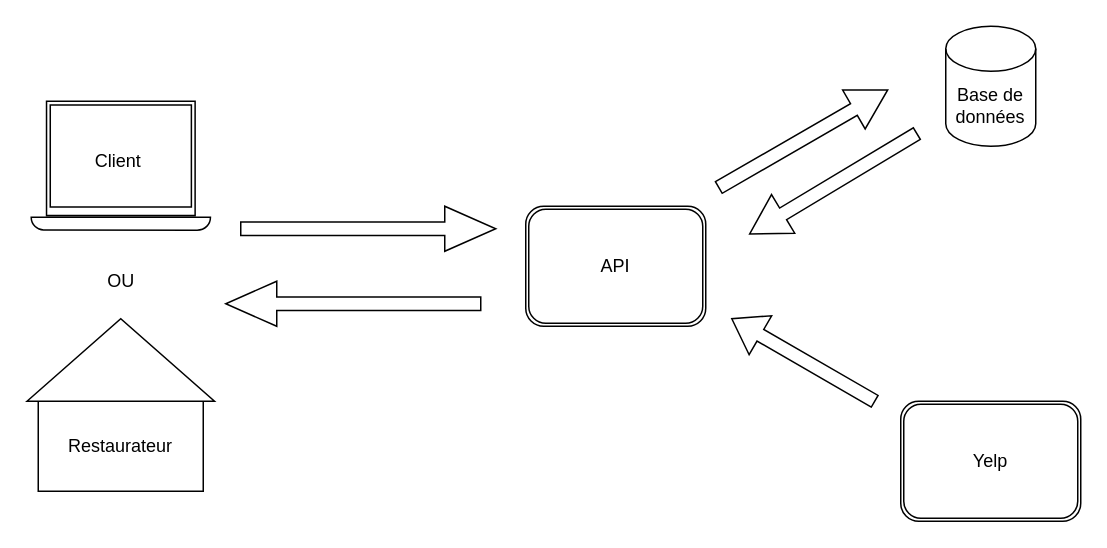
Above: diagrammes/diagramme_architecture.drawio in TheAIWizard/Ensaeats (draw.io), before the change. Source tidied: cells renumbered, new cells numbered last; positions are measured from the earlier drawing's top-left corner, leaving out a move shared by most shapes. Both pictures are drawn from the tidied source at 150%, with x=0, y=0 at pixel (30, 26).
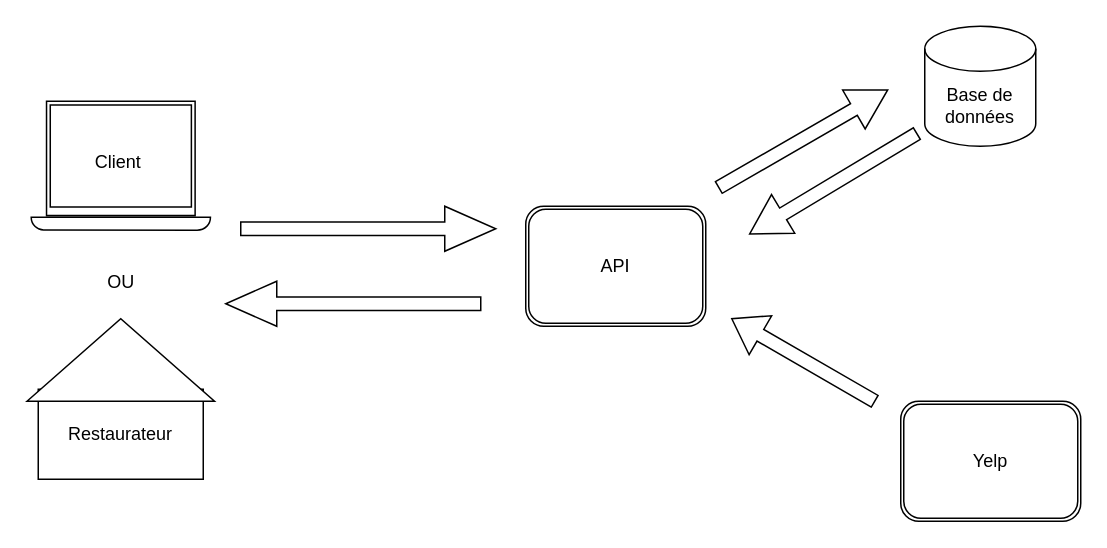
The same diagram, later.

Change to the diagram source:
```diff
@@
-<mxGraphModel>
+<mxGraphModel background="#ffffff">
   <root>
     <mxCell id="0" />
     <mxCell id="1" parent="0" />
     <mxCell id="2" value="Restaurateur" style="rounded=0;whiteSpace=wrap;html=1;" parent="1" vertex="1">
-      <mxGeometry x="5" y="250" width="110" height="60" as="geometry" />
+      <mxGeometry x="5" y="242" width="110" height="60" as="geometry" />
     </mxCell>
     <mxCell id="3" style="triangle;whiteSpace=wrap;html=1;rotation=-90;" parent="1" vertex="1">
       <mxGeometry x="32.5" y="160" width="55" height="125" as="geometry" />
     </mxCell>
-    <mxCell id="4" value="OU" style="text;html=1;align=center;verticalAlign=middle;strokeColor=none;" parent="1" vertex="1">
-      <mxGeometry x="45" y="160" width="30" height="20" as="geometry" />
+    <mxCell id="4" value="&lt;font color=&quot;#000000&quot;&gt;OU&lt;/font&gt;" style="text;html=1;align=center;verticalAlign=middle;strokeColor=none;" parent="1" vertex="1">
+      <mxGeometry x="46" y="162" width="28" height="17" as="geometry" />
     </mxCell>
     <mxCell id="5" value="Base de données" style="shape=cylinder3;whiteSpace=wrap;html=1;boundedLbl=1;backgroundOutline=1;size=15;" parent="1" vertex="1">
-      <mxGeometry x="610" width="60" height="80" as="geometry" />
+      <mxGeometry x="596" width="74" height="80" as="geometry" />
     </mxCell>
     <mxCell id="6" value="API" style="shape=ext;double=1;rounded=1;whiteSpace=wrap;html=1;" parent="1" vertex="1">
       <mxGeometry x="330" y="120" width="120" height="80" as="geometry" />
     </mxCell>
     <mxCell id="7" value="Yelp" style="shape=ext;double=1;rounded=1;whiteSpace=wrap;html=1;" parent="1" vertex="1">
       <mxGeometry x="580" y="250" width="120" height="80" as="geometry" />
     </mxCell>
     <mxCell id="8" style="shape=singleArrow;whiteSpace=wrap;html=1;" parent="1" vertex="1">
       <mxGeometry x="140" y="120" width="170" height="30" as="geometry" />
     </mxCell>
     <mxCell id="9" style="shape=singleArrow;whiteSpace=wrap;html=1;rotation=-180;" parent="1" vertex="1">
       <mxGeometry x="130" y="170" width="170" height="30" as="geometry" />
     </mxCell>
     <mxCell id="10" style="shape=singleArrow;whiteSpace=wrap;html=1;rotation=-30;" parent="1" vertex="1">
       <mxGeometry x="450" y="60" width="130" height="30" as="geometry" />
     </mxCell>
     <mxCell id="11" style="shape=singleArrow;whiteSpace=wrap;html=1;rotation=-211;" parent="1" vertex="1">
       <mxGeometry x="470" y="90" width="130" height="30" as="geometry" />
     </mxCell>
     <mxCell id="12" style="shape=singleArrow;whiteSpace=wrap;html=1;rotation=-150;" parent="1" vertex="1">
       <mxGeometry x="460" y="207.5" width="110" height="30" as="geometry" />
     </mxCell>
     <mxCell id="13" style="shadow=0;dashed=0;html=1;labelPosition=center;verticalLabelPosition=bottom;verticalAlign=top;align=center;shape=mxgraph.vvd.laptop;rounded=0;sketch=0;" parent="1" vertex="1">
       <mxGeometry x="0.3" y="50" width="119.5" height="86" as="geometry" />
     </mxCell>
-    <mxCell id="14" value="Client" style="text;html=1;align=center;verticalAlign=middle;strokeColor=none;" parent="1" vertex="1">
-      <mxGeometry x="32.5" y="80" width="50" height="20" as="geometry" />
+    <mxCell id="14" value="&lt;font color=&quot;#000000&quot;&gt;Client&lt;/font&gt;" style="text;html=1;align=center;verticalAlign=middle;" parent="1" vertex="1">
+      <mxGeometry x="37.5" y="82" width="41" height="17" as="geometry" />
     </mxCell>
   </root>
 </mxGraphModel>
```
